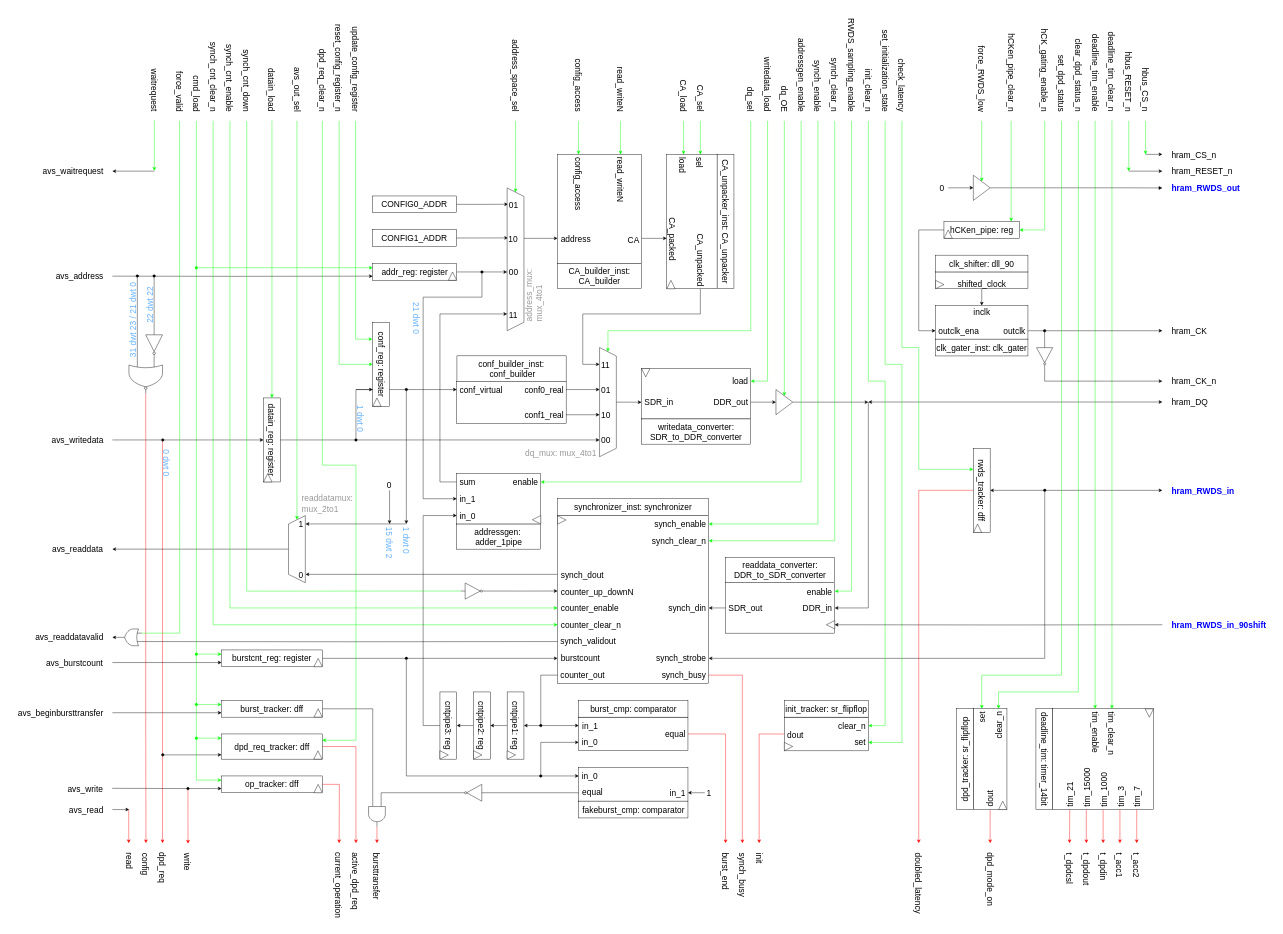
Before: page "RTL TEST" (9 of 9) of hyperram_system/ip/avs_to_hram_converter/schematics/avs_to_hram_converter.drawio in AndreaBononi/Intel_Cyclone10LP_systems, a draw.io diagram. Source tidied: cells renumbered, new cells numbered last; positions are measured from the earlier drawing's top-left corner, leaving out a move shared by most shapes. Both pictures are drawn from the tidied source at 42%, with x=0, y=0 at pixel (7, 51).
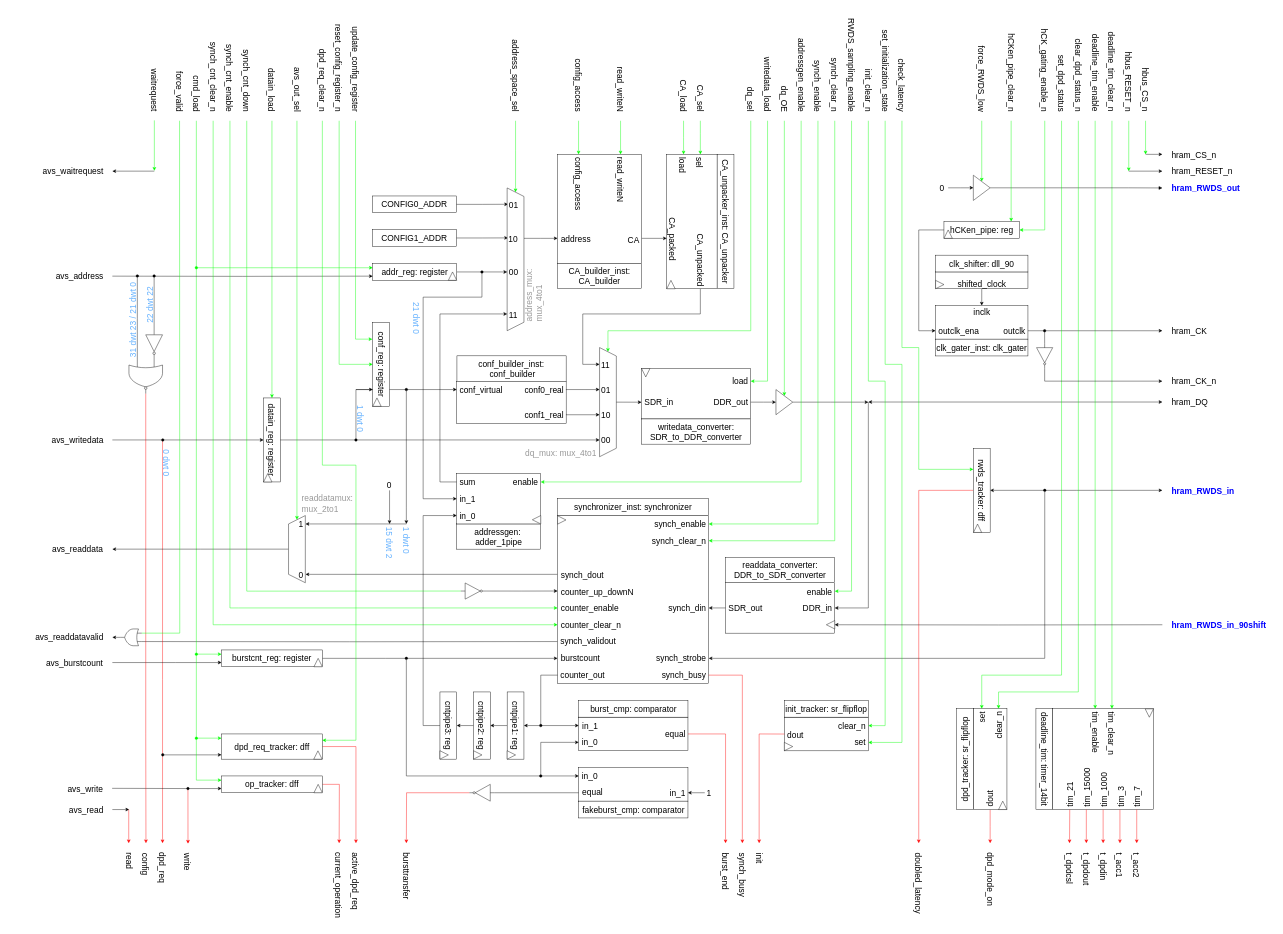
After the change.

The edit, as a diff of the source:
```diff
@@
-    <mxCell id="25" style="endArrow=classic;html=1;rounded=0;" parent="1" edge="1">
-      <mxGeometry relative="1" as="geometry">
-        <mxPoint x="250" y="1574.5" as="sourcePoint" />
-        <mxPoint x="510" y="1574.5" as="targetPoint" />
-      </mxGeometry>
-    </mxCell>
@@
     <mxCell id="126" style="edgeStyle=orthogonalEdgeStyle;rounded=0;orthogonalLoop=1;jettySize=auto;html=1;strokeColor=#00FF00;startArrow=oval;startFill=1;fontSize=20;" parent="1" edge="1">
       <mxGeometry relative="1" as="geometry">
-        <mxPoint x="450" y="1555" as="sourcePoint" />
+        <mxPoint x="450" y="1435" as="sourcePoint" />
         <mxPoint x="510" y="1635" as="targetPoint" />
         <Array as="points">
           <mxPoint x="450" y="1635" />
         </Array>
       </mxGeometry>
     </mxCell>
@@
-    <mxCell id="133" style="edgeStyle=orthogonalEdgeStyle;rounded=0;jettySize=auto;html=1;strokeColor=default;exitX=0.5;exitY=0;exitDx=0;exitDy=0;endArrow=none;endFill=0;entryX=0;entryY=0.75;entryDx=0;entryDy=0;entryPerimeter=0;" parent="1" edge="1" source="135" target="297">
-      <mxGeometry relative="1" as="geometry">
-        <Array as="points">
-          <mxPoint x="870" y="1565" />
-        </Array>
-      </mxGeometry>
-    </mxCell>
-    <mxCell id="134" style="edgeStyle=orthogonalEdgeStyle;rounded=0;orthogonalLoop=1;jettySize=auto;html=1;strokeColor=#00FF00;startArrow=oval;startFill=1;" parent="1" edge="1">
-      <mxGeometry relative="1" as="geometry">
-        <mxPoint x="450" y="1435" as="sourcePoint" />
-        <mxPoint x="510" y="1555" as="targetPoint" />
-        <Array as="points">
-          <mxPoint x="450" y="1555" />
-        </Array>
-      </mxGeometry>
-    </mxCell>
-    <mxCell id="135" value="&lt;font style=&quot;font-size: 20px;&quot;&gt;burst_tracker: dff&lt;/font&gt;" style="rounded=0;whiteSpace=wrap;html=1;horizontal=1;direction=south;fontSize=20;rotation=0;" parent="1" vertex="1">
-      <mxGeometry x="509.9" y="1545.2" width="240" height="39.8" as="geometry" />
-    </mxCell>
-    <mxCell id="136" style="triangle;whiteSpace=wrap;html=1;direction=west;fontSize=20;rotation=90;" parent="1" vertex="1">
-      <mxGeometry x="730" y="1565" width="20" height="20" as="geometry" />
-    </mxCell>
@@
-    <mxCell id="225" value="&lt;font style=&quot;font-size: 20px;&quot;&gt;avs_beginbursttransfer&lt;/font&gt;" style="text;html=1;align=right;verticalAlign=middle;strokeColor=none;fillColor=none;rotation=0;" parent="1" vertex="1">
-      <mxGeometry y="1555" width="230" height="40" as="geometry" />
-    </mxCell>
     <mxCell id="226" value="bursttransfer" style="text;html=1;align=left;verticalAlign=middle;strokeColor=none;fillColor=none;fontSize=20;rotation=90;" parent="1" vertex="1">
-      <mxGeometry x="809.5" y="1955" width="140" height="40" as="geometry" />
+      <mxGeometry x="880" y="1955" width="140" height="40" as="geometry" />
     </mxCell>
@@
     <mxCell id="295" style="verticalLabelPosition=bottom;shadow=0;dashed=0;align=center;html=1;verticalAlign=top;shape=mxgraph.electrical.logic_gates.inverter_2;direction=west;" parent="1" vertex="1">
-      <mxGeometry x="1079.8" y="1745" width="60" height="40" as="geometry" />
+      <mxGeometry x="1100" y="1745" width="60" height="40" as="geometry" />
     </mxCell>
-    <mxCell id="296" style="edgeStyle=orthogonalEdgeStyle;rounded=0;jettySize=auto;html=1;exitX=1;exitY=0.5;exitDx=0;exitDy=0;exitPerimeter=0;strokeColor=#FF0000;" parent="1" edge="1" source="297">
+    <mxCell id="296" style="edgeStyle=orthogonalEdgeStyle;rounded=0;jettySize=auto;html=1;exitX=1;exitY=0.5;exitDx=0;exitDy=0;exitPerimeter=0;strokeColor=#FF0000;" parent="1" edge="1" source="295">
       <mxGeometry relative="1" as="geometry">
-        <mxPoint x="880" y="1885" as="targetPoint" />
+        <mxPoint x="950" y="1885" as="targetPoint" />
       </mxGeometry>
     </mxCell>
-    <mxCell id="297" style="verticalLabelPosition=bottom;shadow=0;dashed=0;align=center;html=1;verticalAlign=top;shape=mxgraph.electrical.logic_gates.logic_gate;operation=and;direction=south;" parent="1" vertex="1">
-      <mxGeometry x="860" y="1785.8" width="40" height="60" as="geometry" />
-    </mxCell>
-    <mxCell id="298" style="edgeStyle=orthogonalEdgeStyle;rounded=0;jettySize=auto;html=1;exitX=1;exitY=0.5;exitDx=0;exitDy=0;exitPerimeter=0;entryX=0;entryY=0.25;entryDx=0;entryDy=0;entryPerimeter=0;endArrow=none;endFill=0;" parent="1" edge="1" source="295" target="297">
-      <mxGeometry relative="1" as="geometry" />
-    </mxCell>
```
